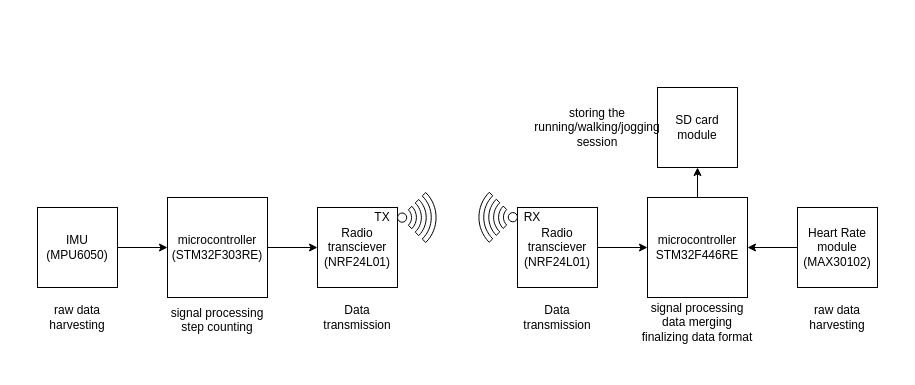
This is schematics/schematic(abstract).drawio from BekiryY/Dual-Node-Performance-Tracker, a draw.io file, before an edit. Source tidied: cells renumbered, new cells numbered last; positions are measured from the earlier drawing's top-left corner, leaving out a move shared by most shapes. Both pictures are drawn from the tidied source at 100%, with x=0, y=0 at pixel (27, 87).
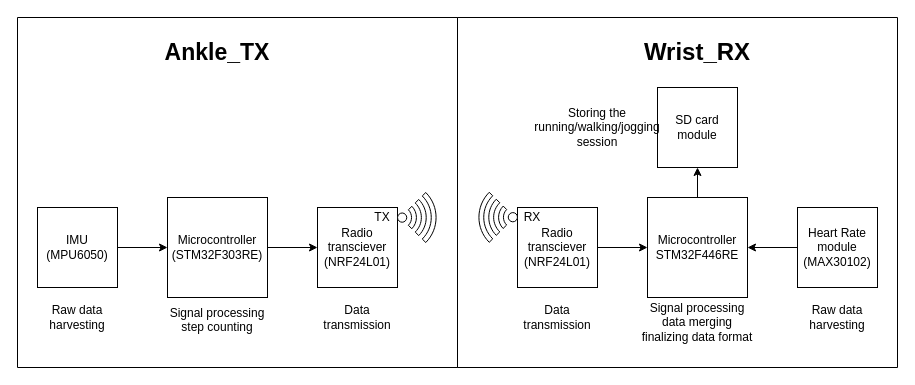
After the change.

Change to the diagram source:
```diff
@@
-    <mxCell id="3" value="microcontroller&lt;div&gt;(STM32F303RE)&lt;/div&gt;" style="whiteSpace=wrap;html=1;" parent="1" vertex="1">
+    <mxCell id="3" value="Microcontroller&lt;div&gt;(STM32F303RE)&lt;/div&gt;" style="whiteSpace=wrap;html=1;" parent="1" vertex="1">
       <mxGeometry x="140" y="110" width="100" height="100" as="geometry" />
     </mxCell>
@@
-    <mxCell id="9" value="signal processing&lt;br&gt;step counting&lt;div&gt;&lt;br&gt;&lt;/div&gt;" style="text;html=1;align=center;verticalAlign=middle;whiteSpace=wrap;rounded=0;" parent="1" vertex="1">
+    <mxCell id="9" value="Signal processing&lt;br&gt;step counting&lt;div&gt;&lt;br&gt;&lt;/div&gt;" style="text;html=1;align=center;verticalAlign=middle;whiteSpace=wrap;rounded=0;" parent="1" vertex="1">
       <mxGeometry x="140" y="225" width="100" height="30" as="geometry" />
     </mxCell>
-    <mxCell id="10" value="&lt;div&gt;raw data harvesting&lt;/div&gt;" style="text;html=1;align=center;verticalAlign=middle;whiteSpace=wrap;rounded=0;" parent="1" vertex="1">
+    <mxCell id="10" value="&lt;div&gt;Raw data harvesting&lt;/div&gt;" style="text;html=1;align=center;verticalAlign=middle;whiteSpace=wrap;rounded=0;" parent="1" vertex="1">
       <mxGeometry y="215" width="100" height="30" as="geometry" />
     </mxCell>
@@
-    <mxCell id="18" value="microcontroller&lt;div&gt;STM32F446RE&lt;/div&gt;" style="whiteSpace=wrap;html=1;" parent="1" vertex="1">
+    <mxCell id="18" value="Microcontroller&lt;div&gt;STM32F446RE&lt;/div&gt;" style="whiteSpace=wrap;html=1;" parent="1" vertex="1">
       <mxGeometry x="620" y="110" width="100" height="100" as="geometry" />
     </mxCell>
@@
-    <mxCell id="21" value="signal processing&lt;br&gt;data merging&lt;div&gt;finalizing data format&lt;/div&gt;" style="text;html=1;align=center;verticalAlign=middle;whiteSpace=wrap;rounded=0;" parent="1" vertex="1">
+    <mxCell id="21" value="Signal processing&lt;br&gt;data merging&lt;div&gt;finalizing data format&lt;/div&gt;" style="text;html=1;align=center;verticalAlign=middle;whiteSpace=wrap;rounded=0;" parent="1" vertex="1">
       <mxGeometry x="595" y="225" width="150" height="20" as="geometry" />
     </mxCell>
-    <mxCell id="22" value="&lt;div&gt;raw data harvesting&lt;/div&gt;" style="text;html=1;align=center;verticalAlign=middle;whiteSpace=wrap;rounded=0;" parent="1" vertex="1">
+    <mxCell id="22" value="&lt;div&gt;Raw data harvesting&lt;/div&gt;" style="text;html=1;align=center;verticalAlign=middle;whiteSpace=wrap;rounded=0;" parent="1" vertex="1">
       <mxGeometry x="760" y="215" width="100" height="30" as="geometry" />
     </mxCell>
@@
-    <mxCell id="24" value="&lt;div&gt;storing the running/walking/jogging session&lt;/div&gt;" style="text;html=1;align=center;verticalAlign=middle;whiteSpace=wrap;rounded=0;" parent="1" vertex="1">
+    <mxCell id="24" value="&lt;div&gt;Storing the running/walking/jogging session&lt;/div&gt;" style="text;html=1;align=center;verticalAlign=middle;whiteSpace=wrap;rounded=0;" parent="1" vertex="1">
       <mxGeometry x="520" y="25" width="100" height="30" as="geometry" />
     </mxCell>
+    <mxCell id="25" style="swimlane;startSize=0;" parent="1" vertex="1">
+      <mxGeometry x="-10" y="-70" width="440" height="350" as="geometry" />
+    </mxCell>
+    <mxCell id="26" value="&lt;font style=&quot;font-size: 23px;&quot;&gt;&lt;b&gt;Ankle_TX&lt;/b&gt;&lt;/font&gt;" style="text;html=1;align=center;verticalAlign=middle;whiteSpace=wrap;rounded=0;strokeWidth=0;perimeterSpacing=0;" parent="25" vertex="1">
+      <mxGeometry x="170" y="20" width="60" height="30" as="geometry" />
+    </mxCell>
+    <mxCell id="27" style="swimlane;startSize=0;" parent="1" vertex="1">
+      <mxGeometry x="430" y="-70" width="440" height="350" as="geometry" />
+    </mxCell>
+    <mxCell id="28" value="&lt;font style=&quot;font-size: 24px;&quot;&gt;&lt;b&gt;Wrist_RX&lt;/b&gt;&lt;/font&gt;" style="text;html=1;align=center;verticalAlign=middle;whiteSpace=wrap;rounded=0;strokeWidth=0;perimeterSpacing=0;" parent="27" vertex="1">
+      <mxGeometry x="210" y="20" width="60" height="30" as="geometry" />
+    </mxCell>
```
